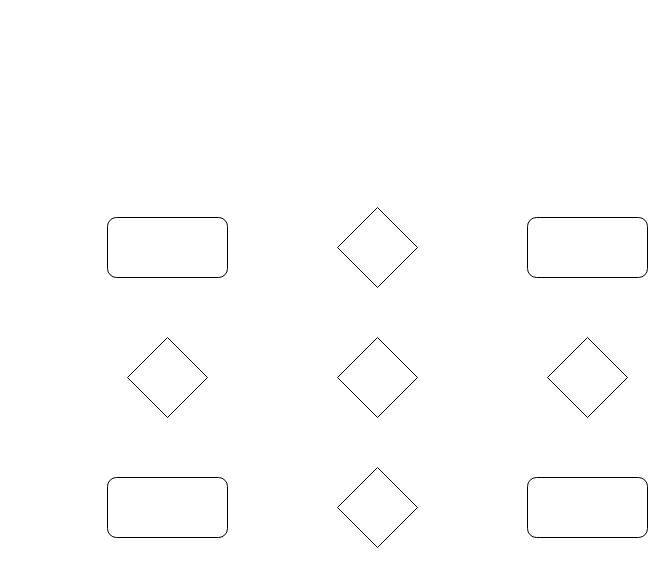
Above: auxiliatura/primerParcial/Diagrama sin título.drawio in Abigail08082001/diagramasBasedeDatos (draw.io), before the change. Source tidied: cells renumbered, new cells numbered last; positions are measured from the earlier drawing's top-left corner, leaving out a move shared by most shapes. Both pictures are drawn from the tidied source at 100%, with x=0, y=0 at pixel (107, 207).
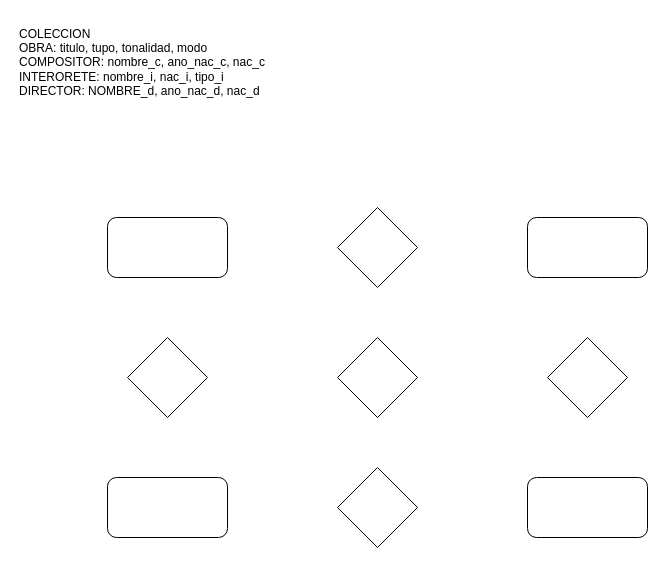
Above is the later version.

The edit, as a diff of the source:
```diff
@@
 <mxGraphModel>
   <root>
     <mxCell id="0" />
     <mxCell id="1" parent="0" />
     <mxCell id="2" style="rhombus;whiteSpace=wrap;html=1;" parent="1" vertex="1">
       <mxGeometry x="230" width="80" height="80" as="geometry" />
     </mxCell>
     <mxCell id="3" style="rounded=1;whiteSpace=wrap;html=1;" parent="1" vertex="1">
       <mxGeometry y="10" width="120" height="60" as="geometry" />
     </mxCell>
     <mxCell id="4" style="rounded=1;whiteSpace=wrap;html=1;" parent="1" vertex="1">
       <mxGeometry x="420" y="10" width="120" height="60" as="geometry" />
     </mxCell>
     <mxCell id="5" style="rhombus;whiteSpace=wrap;html=1;" parent="1" vertex="1">
       <mxGeometry x="230" y="260" width="80" height="80" as="geometry" />
     </mxCell>
     <mxCell id="6" style="rounded=1;whiteSpace=wrap;html=1;" parent="1" vertex="1">
       <mxGeometry y="270" width="120" height="60" as="geometry" />
     </mxCell>
     <mxCell id="7" style="rounded=1;whiteSpace=wrap;html=1;" parent="1" vertex="1">
       <mxGeometry x="420" y="270" width="120" height="60" as="geometry" />
     </mxCell>
     <mxCell id="8" style="rhombus;whiteSpace=wrap;html=1;" parent="1" vertex="1">
       <mxGeometry x="230" y="130" width="80" height="80" as="geometry" />
     </mxCell>
     <mxCell id="9" style="rhombus;whiteSpace=wrap;html=1;" parent="1" vertex="1">
       <mxGeometry x="20" y="130" width="80" height="80" as="geometry" />
     </mxCell>
     <mxCell id="10" style="rhombus;whiteSpace=wrap;html=1;" parent="1" vertex="1">
       <mxGeometry x="440" y="130" width="80" height="80" as="geometry" />
     </mxCell>
+    <mxCell id="11" value="COLECCION&lt;br&gt;OBRA: titulo, tupo, tonalidad, modo&lt;br&gt;&lt;div style=&quot;&quot;&gt;&lt;span style=&quot;background-color: initial;&quot;&gt;COMPOSITOR: nombre_c, ano_nac_c, nac_c&lt;/span&gt;&lt;/div&gt;&lt;div style=&quot;&quot;&gt;INTERORETE: nombre_i, nac_i, tipo_i&lt;/div&gt;&lt;div style=&quot;&quot;&gt;DIRECTOR: NOMBRE_d, ano_nac_d, nac_d&lt;/div&gt;" style="text;html=1;align=left;verticalAlign=middle;strokeColor=none;fillColor=none;" parent="1" vertex="1">
+      <mxGeometry x="-90" y="-190" width="270" height="90" as="geometry" />
+    </mxCell>
   </root>
 </mxGraphModel>
```
